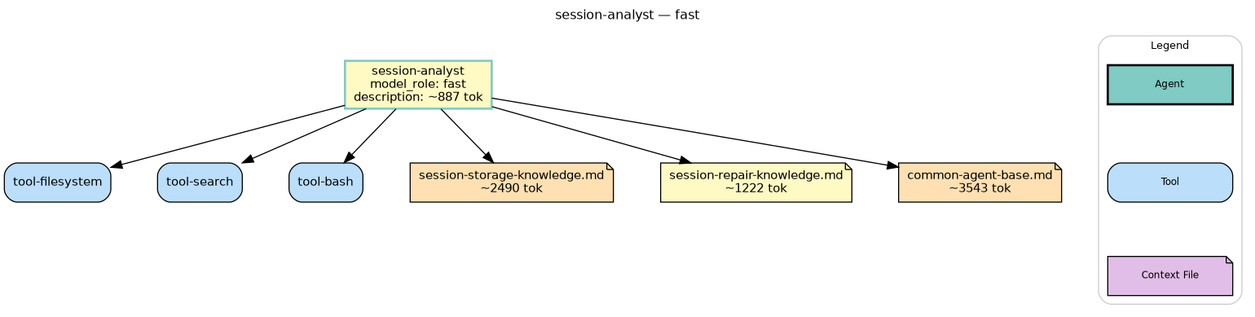
This is agents/session-analyst.png from microsoft/amplifier-foundation, a Graphviz export, as it was before one commit. Its source is kept beside it as agents/session-analyst.dot.
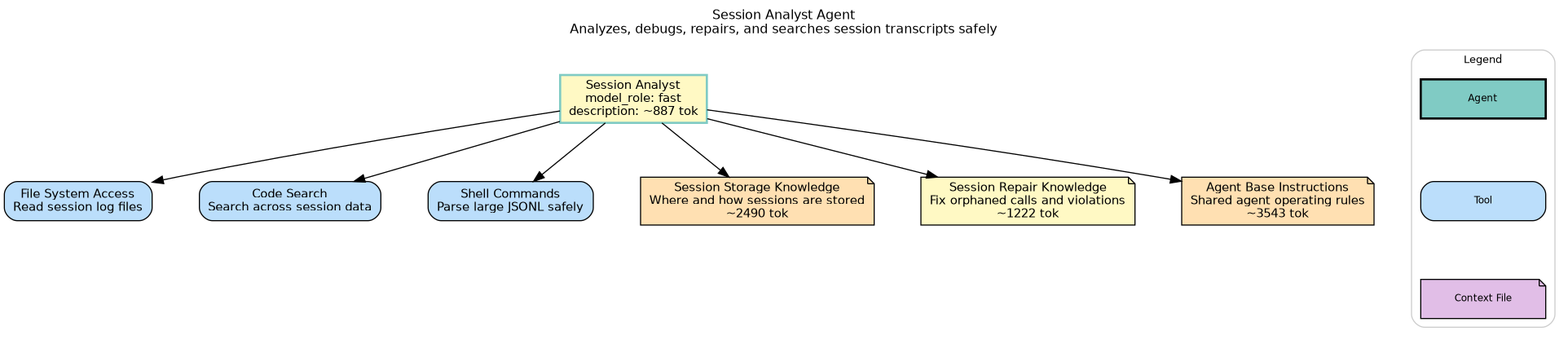
After the commit.

Diff of the diagram source:
```diff
@@ -2,7 +2,7 @@
     rankdir=TB
     fontname="Helvetica"
     fontsize=12
-    label="session-analyst — fast"
+    label="Session Analyst Agent\nAnalyzes, debugs, repairs, and searches session transcripts safely"
     labelloc=t
     labeljust=c
     nodesep=0.6
@@ -13,13 +13,13 @@
     node [fontname="Helvetica", fontsize=11, style="filled,rounded"]
     edge [fontname="Helvetica", fontsize=9]
 
-    agent [label="session-analyst\nmodel_role: fast\ndescription: ~887 tok", shape=box, fillcolor="#fff9c4", style="filled,bold", color="#80cbc4"]
-    tool_tool_filesystem [label="tool-filesystem", shape=box, fillcolor="#bbdefb", style="filled,rounded"]
-    tool_tool_search [label="tool-search", shape=box, fillcolor="#bbdefb", style="filled,rounded"]
-    tool_tool_bash [label="tool-bash", shape=box, fillcolor="#bbdefb", style="filled,rounded"]
-    ctx_foundation_context_agents_session_storage_knowledge_md [label="session-storage-knowledge.md\n~2490 tok", shape=note, fillcolor="#ffe0b2", style="filled"]
-    ctx_foundation_context_agents_session_repair_knowledge_md [label="session-repair-knowledge.md\n~1222 tok", shape=note, fillcolor="#fff9c4", style="filled"]
-    ctx_foundation_context_shared_common_agent_base_md [label="common-agent-base.md\n~3543 tok", shape=note, fillcolor="#ffe0b2", style="filled"]
+    agent [label="Session Analyst\nmodel_role: fast\ndescription: ~887 tok", shape=box, fillcolor="#fff9c4", style="filled,bold", color="#80cbc4"]
+    tool_tool_filesystem [label="File System Access\nRead session log files", shape=box, fillcolor="#bbdefb", style="filled,rounded"]
+    tool_tool_search [label="Code Search\nSearch across session data", shape=box, fillcolor="#bbdefb", style="filled,rounded"]
+    tool_tool_bash [label="Shell Commands\nParse large JSONL safely", shape=box, fillcolor="#bbdefb", style="filled,rounded"]
+    ctx_foundation_context_agents_session_storage_knowledge_md [label="Session Storage Knowledge\nWhere and how sessions are stored\n~2490 tok", shape=note, fillcolor="#ffe0b2", style="filled"]
+    ctx_foundation_context_agents_session_repair_knowledge_md [label="Session Repair Knowledge\nFix orphaned calls and violations\n~1222 tok", shape=note, fillcolor="#fff9c4", style="filled"]
+    ctx_foundation_context_shared_common_agent_base_md [label="Agent Base Instructions\nShared agent operating rules\n~3543 tok", shape=note, fillcolor="#ffe0b2", style="filled"]
 
     agent -> tool_tool_filesystem
     agent -> tool_tool_search
```
